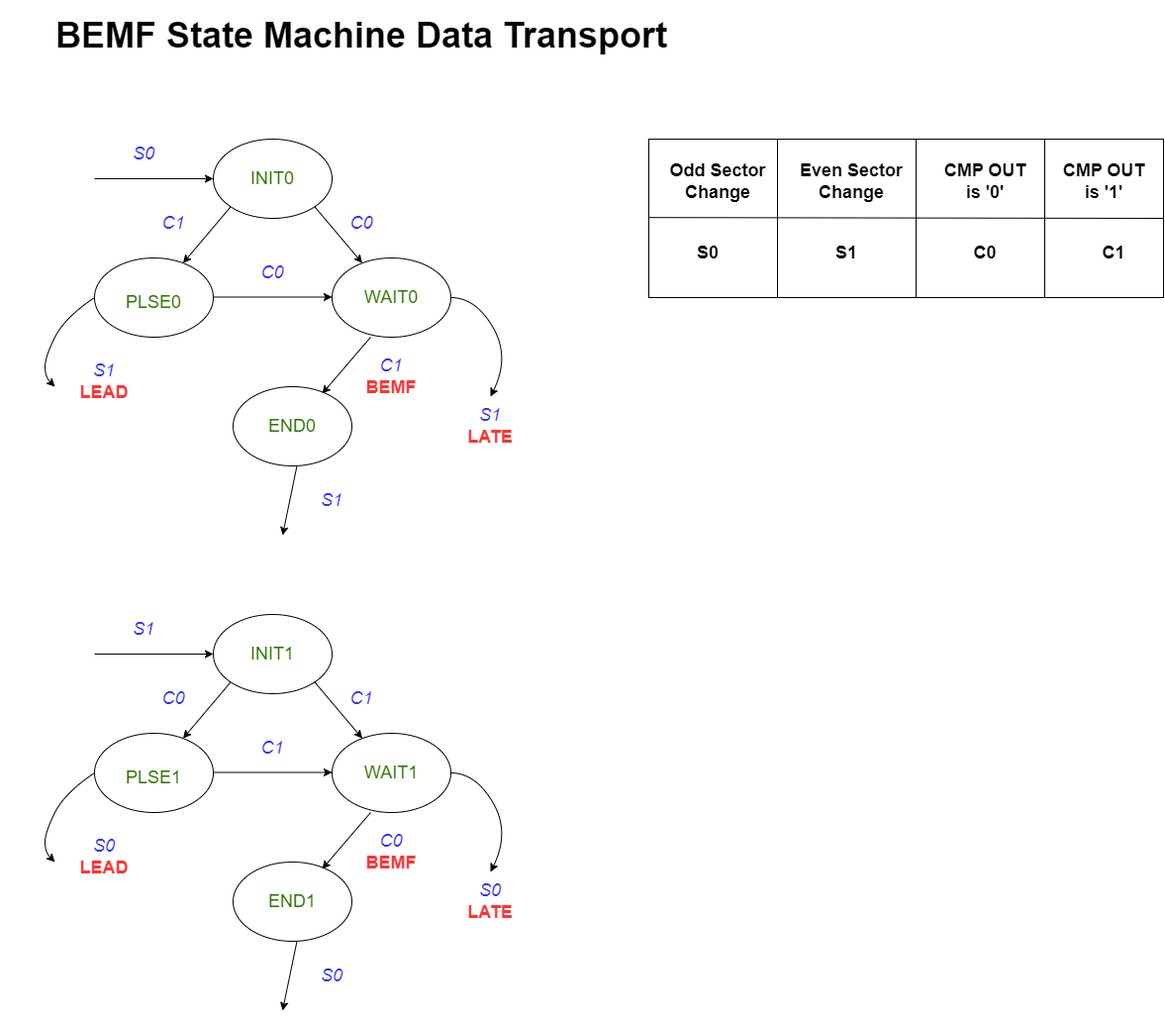
microchip-pic-avr-examples/avr16eb32-bldc-pmsm-motor-control-demo keeps this draw.io diagram as images/bemf_cw_ccw_smdl.png. Above is the earlier version. Source tidied: cells renumbered, new cells last; positions are measured from the earlier drawing's top-left corner, leaving out a move shared by most shapes.
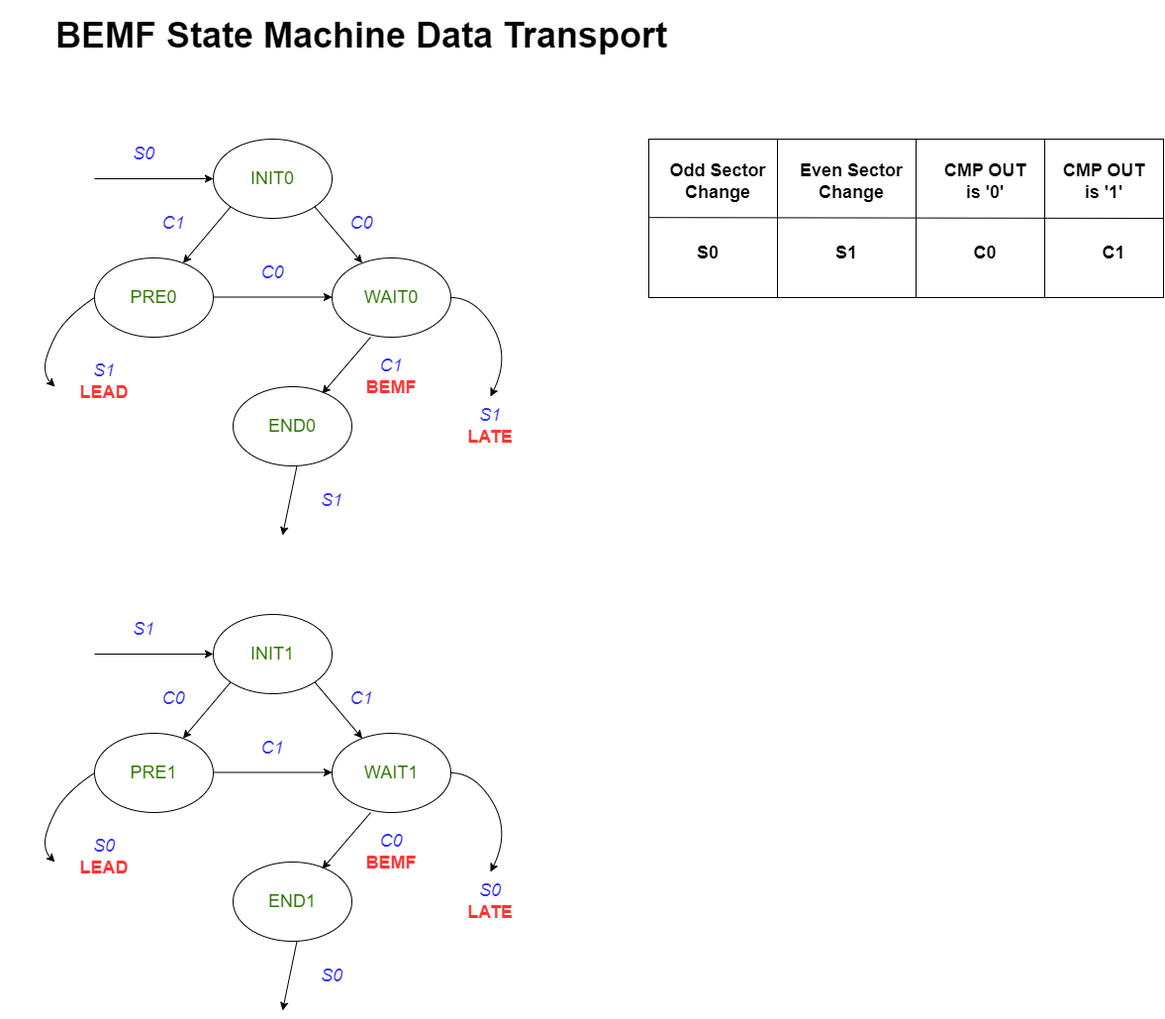
After the commit.

The edit, as a diff of the source:
```diff
@@ -81,8 +81,8 @@
     <mxCell id="19" value="&lt;span style=&quot;font-size: 18px;&quot;&gt;&lt;i&gt;&lt;font color=&quot;#3333ff&quot;&gt;C0&lt;/font&gt;&lt;/i&gt;&lt;/span&gt;" style="text;html=1;align=center;verticalAlign=middle;whiteSpace=wrap;rounded=0;" parent="1" vertex="1">
       <mxGeometry x="245" y="260" width="60" height="30" as="geometry" />
     </mxCell>
-    <mxCell id="20" value="&lt;font color=&quot;#2d7600&quot; style=&quot;font-size: 18px;&quot;&gt;PLSE0&lt;/font&gt;" style="text;html=1;align=center;verticalAlign=middle;whiteSpace=wrap;rounded=0;" parent="1" vertex="1">
-      <mxGeometry x="125" y="290" width="60" height="30" as="geometry" />
+    <mxCell id="20" value="&lt;font color=&quot;#2d7600&quot; style=&quot;font-size: 18px;&quot;&gt;PRE0&lt;/font&gt;" style="text;html=1;align=center;verticalAlign=middle;whiteSpace=wrap;rounded=0;" parent="1" vertex="1">
+      <mxGeometry x="125" y="285" width="60" height="30" as="geometry" />
     </mxCell>
     <mxCell id="21" value="&lt;font color=&quot;#2d7600&quot; style=&quot;font-size: 18px;&quot;&gt;WAIT0&lt;/font&gt;" style="text;html=1;align=center;verticalAlign=middle;whiteSpace=wrap;rounded=0;" parent="1" vertex="1">
       <mxGeometry x="365" y="285" width="60" height="30" as="geometry" />
@@ -178,8 +178,8 @@
     <mxCell id="43" value="&lt;span style=&quot;font-size: 18px;&quot;&gt;&lt;i&gt;&lt;font color=&quot;#3333ff&quot;&gt;C1&lt;/font&gt;&lt;/i&gt;&lt;/span&gt;" style="text;html=1;align=center;verticalAlign=middle;whiteSpace=wrap;rounded=0;" parent="1" vertex="1">
       <mxGeometry x="245" y="740" width="60" height="30" as="geometry" />
     </mxCell>
-    <mxCell id="44" value="&lt;font color=&quot;#2d7600&quot; style=&quot;font-size: 18px;&quot;&gt;PLSE1&lt;/font&gt;" style="text;html=1;align=center;verticalAlign=middle;whiteSpace=wrap;rounded=0;" parent="1" vertex="1">
-      <mxGeometry x="125" y="770" width="60" height="30" as="geometry" />
+    <mxCell id="44" value="&lt;font color=&quot;#2d7600&quot; style=&quot;font-size: 18px;&quot;&gt;PRE1&lt;/font&gt;" style="text;html=1;align=center;verticalAlign=middle;whiteSpace=wrap;rounded=0;" parent="1" vertex="1">
+      <mxGeometry x="125" y="765" width="60" height="30" as="geometry" />
     </mxCell>
     <mxCell id="45" value="&lt;font color=&quot;#2d7600&quot; style=&quot;font-size: 18px;&quot;&gt;WAIT1&lt;/font&gt;" style="text;html=1;align=center;verticalAlign=middle;whiteSpace=wrap;rounded=0;" parent="1" vertex="1">
       <mxGeometry x="365" y="765" width="60" height="30" as="geometry" />
```
